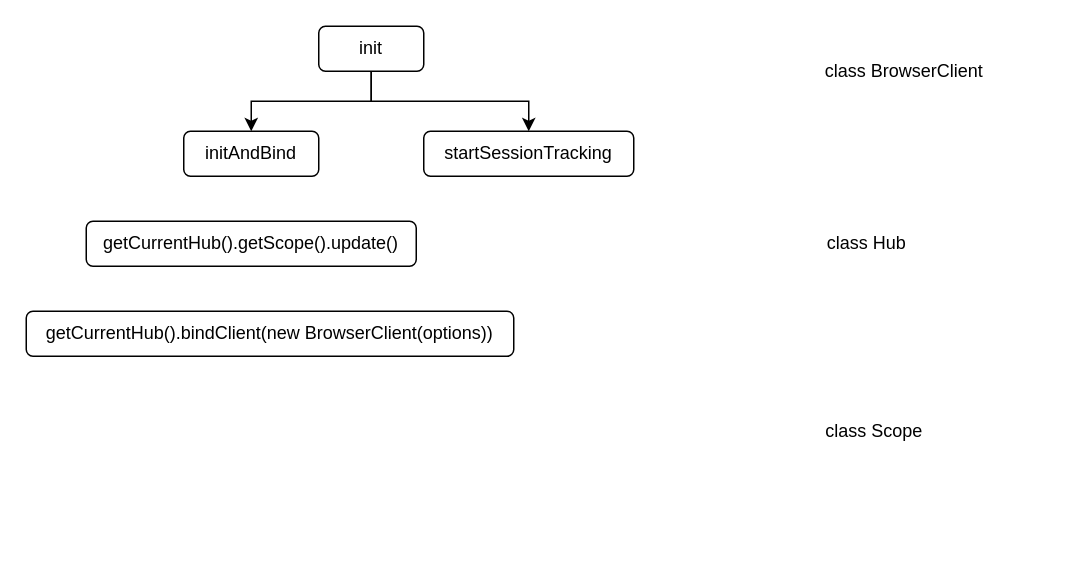
Rockergmail/draw.io keeps this draw.io diagram as frontend/sentry-js.drawio. Above is the earlier version. Source tidied: cells renumbered, new cells numbered last; positions are measured from the earlier drawing's top-left corner, leaving out a move shared by most shapes. Both pictures are drawn from the tidied source at 150%, with x=0, y=0 at pixel (26, 26).
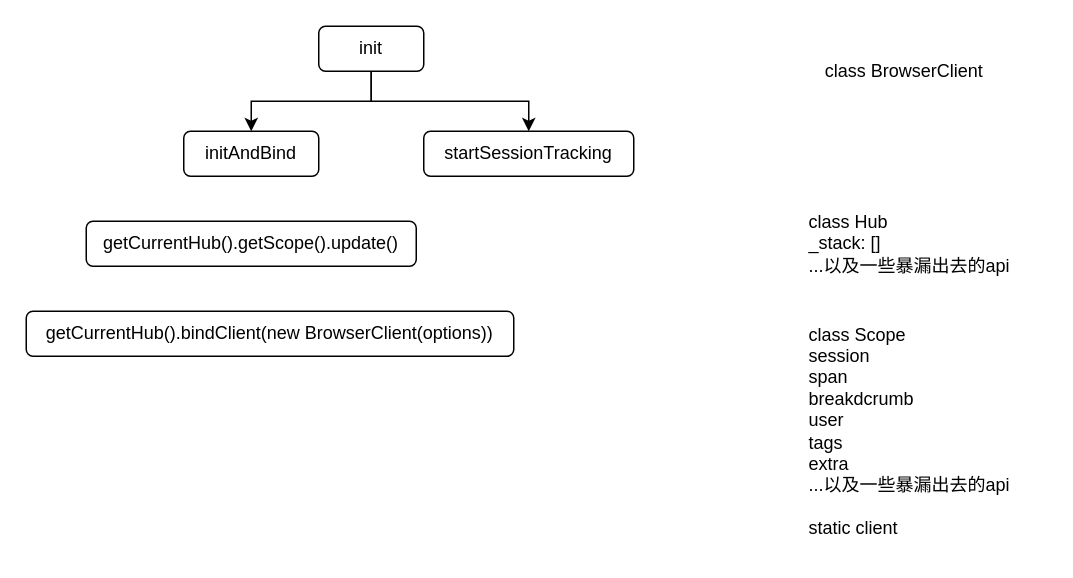
After the change.

Diff of the diagram source:
```diff
@@
 <mxGraphModel>
   <root>
     <mxCell id="0" />
     <mxCell id="1" parent="0" />
     <mxCell id="2" style="edgeStyle=orthogonalEdgeStyle;rounded=0;jettySize=auto;html=1;exitX=0.5;exitY=1;exitDx=0;exitDy=0;entryX=0.5;entryY=0;entryDx=0;entryDy=0;" parent="1" edge="1" source="4" target="5">
       <mxGeometry relative="1" as="geometry" />
     </mxCell>
     <mxCell id="3" style="edgeStyle=orthogonalEdgeStyle;rounded=0;jettySize=auto;html=1;exitX=0.5;exitY=1;exitDx=0;exitDy=0;entryX=0.5;entryY=0;entryDx=0;entryDy=0;" parent="1" edge="1" source="4" target="6">
       <mxGeometry relative="1" as="geometry" />
     </mxCell>
     <mxCell id="4" value="init" style="rounded=1;whiteSpace=wrap;html=1;" parent="1" vertex="1">
       <mxGeometry x="195" width="70" height="30" as="geometry" />
     </mxCell>
     <mxCell id="5" value="initAndBind" style="rounded=1;whiteSpace=wrap;html=1;" parent="1" vertex="1">
       <mxGeometry x="105" y="70" width="90" height="30" as="geometry" />
     </mxCell>
     <mxCell id="6" value="startSessionTracking" style="rounded=1;whiteSpace=wrap;html=1;" parent="1" vertex="1">
       <mxGeometry x="265" y="70" width="140" height="30" as="geometry" />
     </mxCell>
     <mxCell id="7" value="getCurrentHub().getScope().update()" style="rounded=1;whiteSpace=wrap;html=1;" parent="1" vertex="1">
       <mxGeometry x="40" y="130" width="220" height="30" as="geometry" />
     </mxCell>
     <mxCell id="8" value="getCurrentHub().bindClient(new BrowserClient(options))" style="rounded=1;whiteSpace=wrap;html=1;" parent="1" vertex="1">
       <mxGeometry y="190" width="325" height="30" as="geometry" />
     </mxCell>
     <mxCell id="9" value="class BrowserClient" style="text;html=1;align=center;verticalAlign=middle;strokeColor=none;fillColor=none;" parent="1" vertex="1">
       <mxGeometry x="520" y="15" width="130" height="30" as="geometry" />
     </mxCell>
-    <mxCell id="10" value="class Hub" style="text;html=1;align=center;verticalAlign=middle;strokeColor=none;fillColor=none;" parent="1" vertex="1">
-      <mxGeometry x="520" y="130" width="80" height="30" as="geometry" />
+    <mxCell id="10" value="class Hub&lt;br&gt;_stack: []&lt;br&gt;...以及一些暴漏出去的api" style="text;html=1;align=left;verticalAlign=middle;strokeColor=none;fillColor=none;" parent="1" vertex="1">
+      <mxGeometry x="520" y="115" width="160" height="60" as="geometry" />
     </mxCell>
-    <mxCell id="11" value="class Scope&lt;br&gt;" style="text;html=1;align=center;verticalAlign=middle;strokeColor=none;fillColor=none;" parent="1" vertex="1">
-      <mxGeometry x="520" y="255" width="90" height="30" as="geometry" />
+    <mxCell id="11" value="class Scope&lt;br&gt;session&lt;br&gt;&lt;div style=&quot;&quot;&gt;span&lt;/div&gt;&lt;div style=&quot;&quot;&gt;breakdcrumb&lt;/div&gt;&lt;div style=&quot;&quot;&gt;user&lt;/div&gt;&lt;div style=&quot;&quot;&gt;tags&lt;/div&gt;&lt;div style=&quot;&quot;&gt;extra&lt;/div&gt;&lt;div style=&quot;&quot;&gt;...以及一些暴漏出去的api&lt;/div&gt;&lt;div style=&quot;&quot;&gt;&lt;br&gt;&lt;/div&gt;&lt;div style=&quot;&quot;&gt;static client&lt;/div&gt;" style="text;html=1;align=left;verticalAlign=middle;strokeColor=none;fillColor=none;" parent="1" vertex="1">
+      <mxGeometry x="520" y="190" width="160" height="160" as="geometry" />
     </mxCell>
   </root>
 </mxGraphModel>
```
